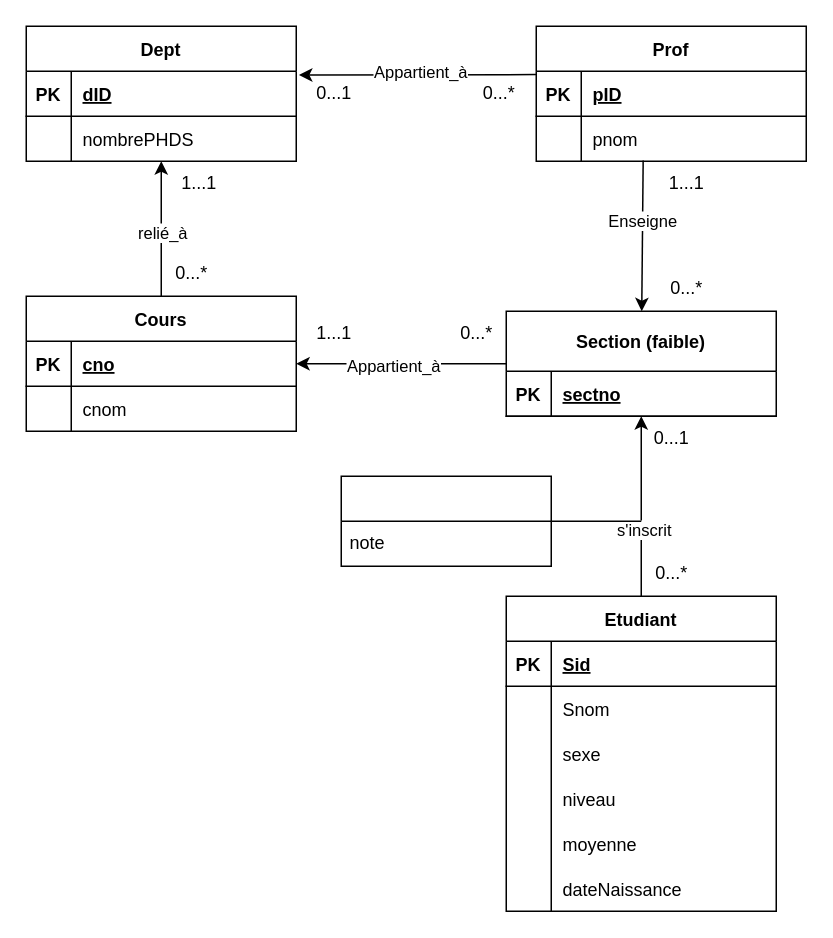
Earlier version of the draw.io diagram page "Page-1" (1 of 2) of TP3.drawio (R0ma01/R0ma01). Source tidied: cells renumbered, new cells numbered last; positions are measured from the earlier drawing's top-left corner, leaving out a move shared by most shapes. Both pictures are drawn from the tidied source at 150%, with x=0, y=0 at pixel (26, 26).
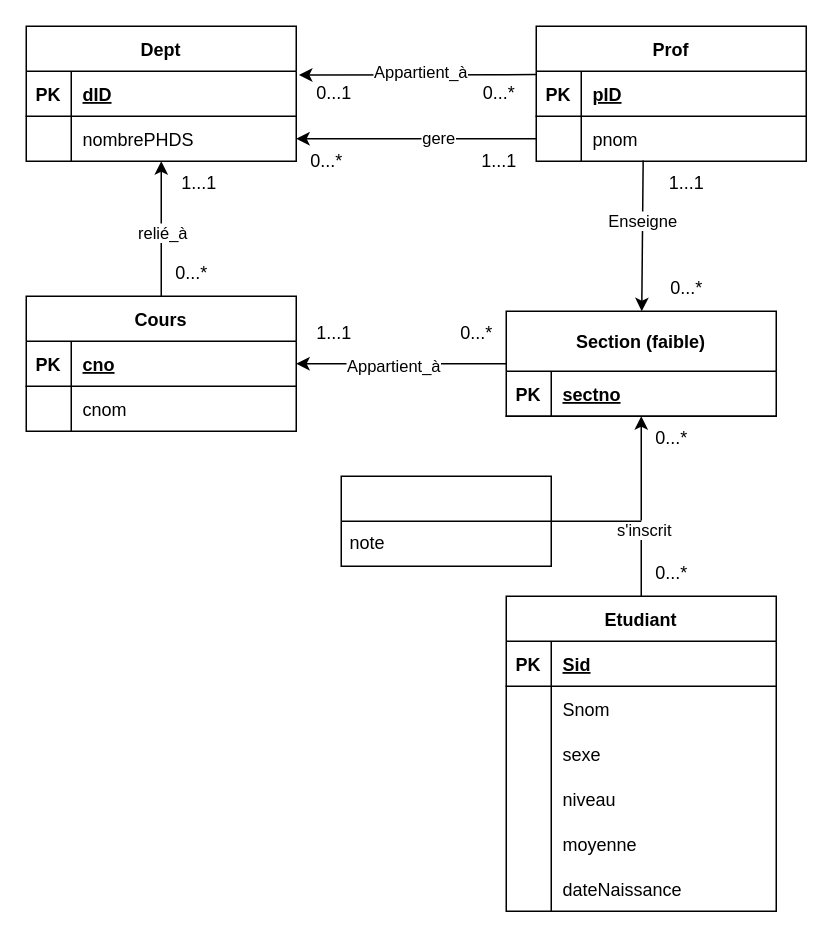
Above is the later version.

The change refers to these unchanged cells:
```xml
<mxCell id="25" style="shape=tableRow;horizontal=0;startSize=0;swimlaneHead=0;swimlaneBody=0;fillColor=none;points=[[0,0.5],[1,0.5]];portConstraint=eastwest;top=0;left=0;right=0;bottom=0;" parent="21" vertex="1">
  <mxGeometry y="60" width="180" height="30" as="geometry" />
</mxCell>
<mxCell id="34" style="shape=tableRow;horizontal=0;startSize=0;swimlaneHead=0;swimlaneBody=0;fillColor=none;points=[[0,0.5],[1,0.5]];portConstraint=eastwest;top=0;left=0;right=0;bottom=0;" parent="30" vertex="1">
  <mxGeometry y="60" width="180" height="30" as="geometry" />
</mxCell>
```

Change to the diagram source:
```diff
@@
-    <mxCell id="56" value="0...1" style="text;html=1;align=center;verticalAlign=middle;strokeColor=none;fillColor=none;" parent="1" vertex="1">
-      <mxGeometry x="405" y="260" width="50" height="30" as="geometry" />
+    <mxCell id="56" value="0...*" style="text;html=1;align=center;verticalAlign=middle;strokeColor=none;fillColor=none;" parent="1" vertex="1">
+      <mxGeometry x="410" y="260" width="40" height="30" as="geometry" />
     </mxCell>
@@
+    <mxCell id="69" style="edgeStyle=orthogonalEdgeStyle;rounded=0;jettySize=auto;html=1;entryX=1;entryY=0.5;entryDx=0;entryDy=0;" parent="1" edge="1" source="34" target="25">
+      <mxGeometry relative="1" as="geometry" />
+    </mxCell>
+    <mxCell id="70" value="gere" style="edgeLabel;html=1;align=center;verticalAlign=middle;" parent="69" vertex="1">
+      <mxGeometry x="-0.17" y="-1" relative="1" as="geometry" />
+    </mxCell>
+    <mxCell id="71" value="0...*" style="text;html=1;align=center;verticalAlign=middle;strokeColor=none;fillColor=none;" parent="1" vertex="1">
+      <mxGeometry x="180" y="75" width="40" height="30" as="geometry" />
+    </mxCell>
+    <mxCell id="72" value="1...1" style="text;html=1;align=center;verticalAlign=middle;strokeColor=none;fillColor=none;" parent="1" vertex="1">
+      <mxGeometry x="290" y="75" width="50" height="30" as="geometry" />
+    </mxCell>
```
